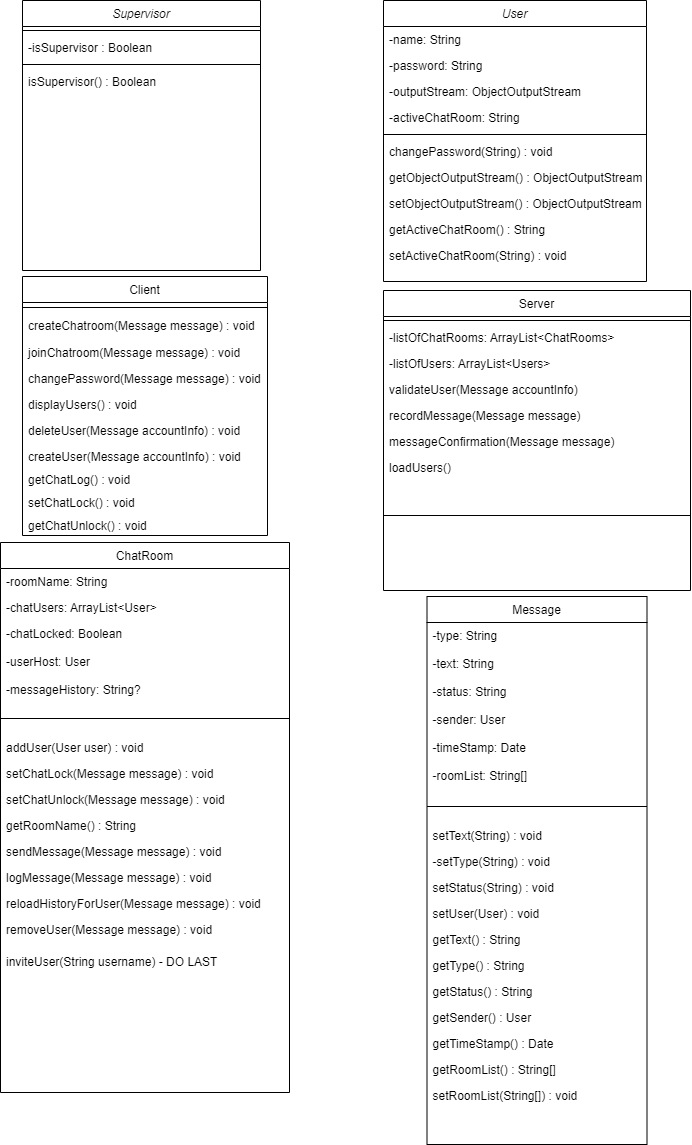
Earlier version of the draw.io export documents/Updated Design/220414.png (tony9320/Group-4-Communications-System). Source tidied: cells renumbered, new cells last; positions are measured from the earlier drawing's top-left corner, leaving out a move shared by most shapes.
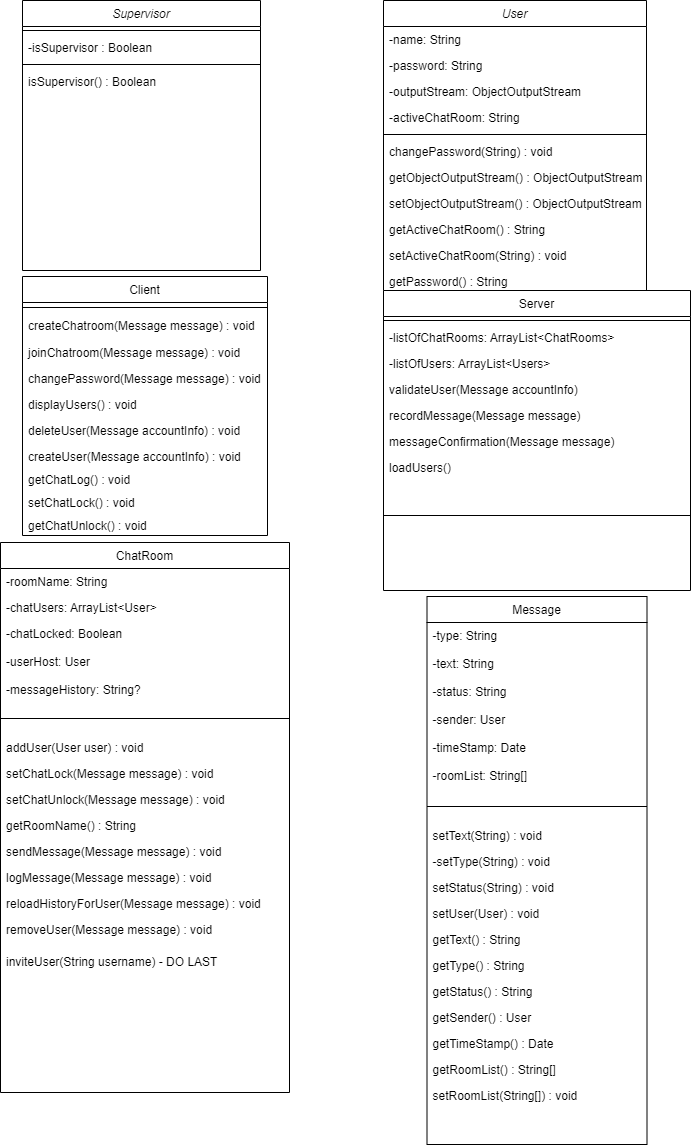
The same diagram one commit later.

Commit message:
Added getPassword() method to User

Diff of the diagram source:
```diff
@@ -3,7 +3,7 @@
     <mxCell id="0" />
     <mxCell id="1" parent="0" />
     <mxCell id="2" value="User" style="swimlane;fontStyle=2;align=center;verticalAlign=top;horizontal=1;startSize=26;rounded=0;shadow=0;strokeWidth=1;" parent="1" vertex="1">
-      <mxGeometry x="383" width="263" height="281" as="geometry" />
+      <mxGeometry x="383" width="263" height="294" as="geometry" />
     </mxCell>
     <mxCell id="3" value="-name: String" style="text;align=left;verticalAlign=top;spacingLeft=4;spacingRight=4;overflow=hidden;" parent="2" vertex="1">
       <mxGeometry y="26" width="263" height="26" as="geometry" />
@@ -35,6 +35,9 @@
     <mxCell id="12" value="setActiveChatRoom(String) : void" style="text;align=left;verticalAlign=top;spacingLeft=4;spacingRight=4;overflow=hidden;" parent="2" vertex="1">
       <mxGeometry y="242" width="263" height="26" as="geometry" />
     </mxCell>
+    <mxCell id="73" value="getPassword() : String" style="text;align=left;verticalAlign=top;spacingLeft=4;spacingRight=4;overflow=hidden;" parent="2" vertex="1">
+      <mxGeometry y="268" width="263" height="26" as="geometry" />
+    </mxCell>
     <mxCell id="13" value="Message" style="swimlane;fontStyle=0;align=center;verticalAlign=top;horizontal=1;startSize=26;rounded=0;shadow=0;strokeWidth=1;" parent="1" vertex="1">
       <mxGeometry x="426.5" y="596" width="220" height="548" as="geometry" />
     </mxCell>
```
